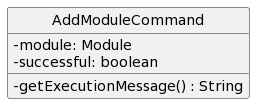
Earlier version of the PlantUML export docs/images/AddModuleCommandClass.png (nus-cs2113-AY2223S1/tp). The source it was exported from:
```plantuml
@startuml
skinparam classAttributeIconSize 0
hide circle
class AddModuleCommand {
 -module: Module
 -successful: boolean

 -getExecutionMessage() : String

}
@enduml
```
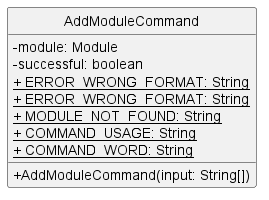
Above is the later version.

Change to the diagram source:
```diff
@@ -2,10 +2,14 @@
 skinparam classAttributeIconSize 0
 hide circle
 class AddModuleCommand {
- -module: Module
- -successful: boolean
+    - module: Module
+    - successful: boolean
+    <u>+ ERROR_WRONG_FORMAT: String
+    <u>+ ERROR_WRONG_FORMAT: String
+    <u>+ MODULE_NOT_FOUND: String
+    <u>+ COMMAND_USAGE: String
+    <u>+ COMMAND_WORD: String
 
- -getExecutionMessage() : String
-
+    + AddModuleCommand(input: String[])
 }
 @enduml
```
